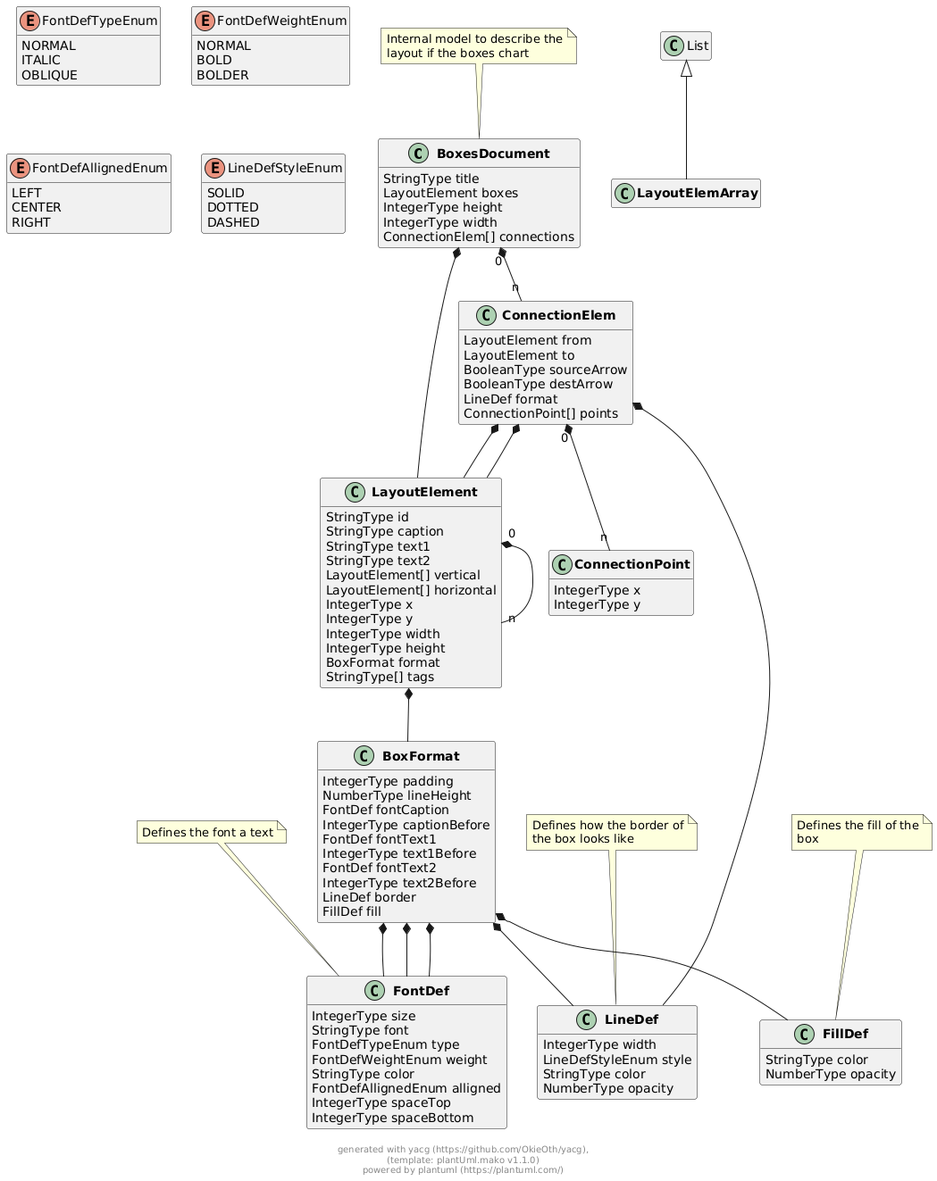
OkieOth/draw.chart.things keeps this PlantUML diagram as docs/models/png/boxes_document.png. Above is the earlier version. Source of this version:
```plantuml
@startuml
hide empty methods
hide empty fields


class "**BoxesDocument**" as BoxesDocument {
        StringType title
        LayoutElement boxes
        IntegerType height
        IntegerType width
        ConnectionElem[] connections
}
note top: Internal model to describe the\nlayout if the boxes chart



class "**LayoutElement**" as LayoutElement {
        StringType id
        StringType caption
        StringType text1
        StringType text2
        LayoutElement[] vertical
        LayoutElement[] horizontal
        IntegerType x
        IntegerType y
        IntegerType width
        IntegerType height
        BoxFormat format
        StringType[] tags
}



class "**ConnectionElem**" as ConnectionElem {
        LayoutElement from
        LayoutElement to
        BooleanType sourceArrow
        BooleanType destArrow
        LineDef format
        ConnectionPoint[] points
}



class "**LayoutElemArray**" as LayoutElemArray extends List {
}

class "**BoxFormat**" as BoxFormat {
        IntegerType padding
        NumberType lineHeight
        FontDef fontCaption
        IntegerType captionBefore
        FontDef fontText1
        IntegerType text1Before
        FontDef fontText2
        IntegerType text2Before
        LineDef border
        FillDef fill
}



class "**ConnectionPoint**" as ConnectionPoint {
        IntegerType x
        IntegerType y
}



class "**FontDef**" as FontDef {
        IntegerType size
        StringType font
        FontDefTypeEnum type
        FontDefWeightEnum weight
        StringType color
        FontDefAllignedEnum alligned
        IntegerType spaceTop
        IntegerType spaceBottom
}
note top: Defines the font a text



enum "FontDefTypeEnum" as FontDefTypeEnum {
    NORMAL
    ITALIC
    OBLIQUE
}

enum "FontDefWeightEnum" as FontDefWeightEnum {
    NORMAL
    BOLD
    BOLDER
}

enum "FontDefAllignedEnum" as FontDefAllignedEnum {
    LEFT
    CENTER
    RIGHT
}

class "**LineDef**" as LineDef {
        IntegerType width
        LineDefStyleEnum style
        StringType color
        NumberType opacity
}
note top: Defines how the border of\nthe box looks like



enum "LineDefStyleEnum" as LineDefStyleEnum {
    SOLID
    DOTTED
    DASHED
}

class "**FillDef**" as FillDef {
        StringType color
        NumberType opacity
}
note top: Defines the fill of the\nbox






BoxesDocument  *--  LayoutElement



BoxesDocument "0" *-- "n" ConnectionElem






LayoutElement "0" *-- "n" LayoutElement






LayoutElement  *--  BoxFormat



ConnectionElem  *--  LayoutElement

ConnectionElem  *--  LayoutElement



ConnectionElem  *--  LineDef

ConnectionElem "0" *-- "n" ConnectionPoint





BoxFormat  *--  FontDef


BoxFormat  *--  FontDef


BoxFormat  *--  FontDef


BoxFormat  *--  LineDef

BoxFormat  *--  FillDef


























footer \ngenerated with yacg (https://github.com/OkieOth/yacg),\n(template: plantUml.mako v1.1.0)\npowered by plantuml (https://plantuml.com/)
@enduml
```
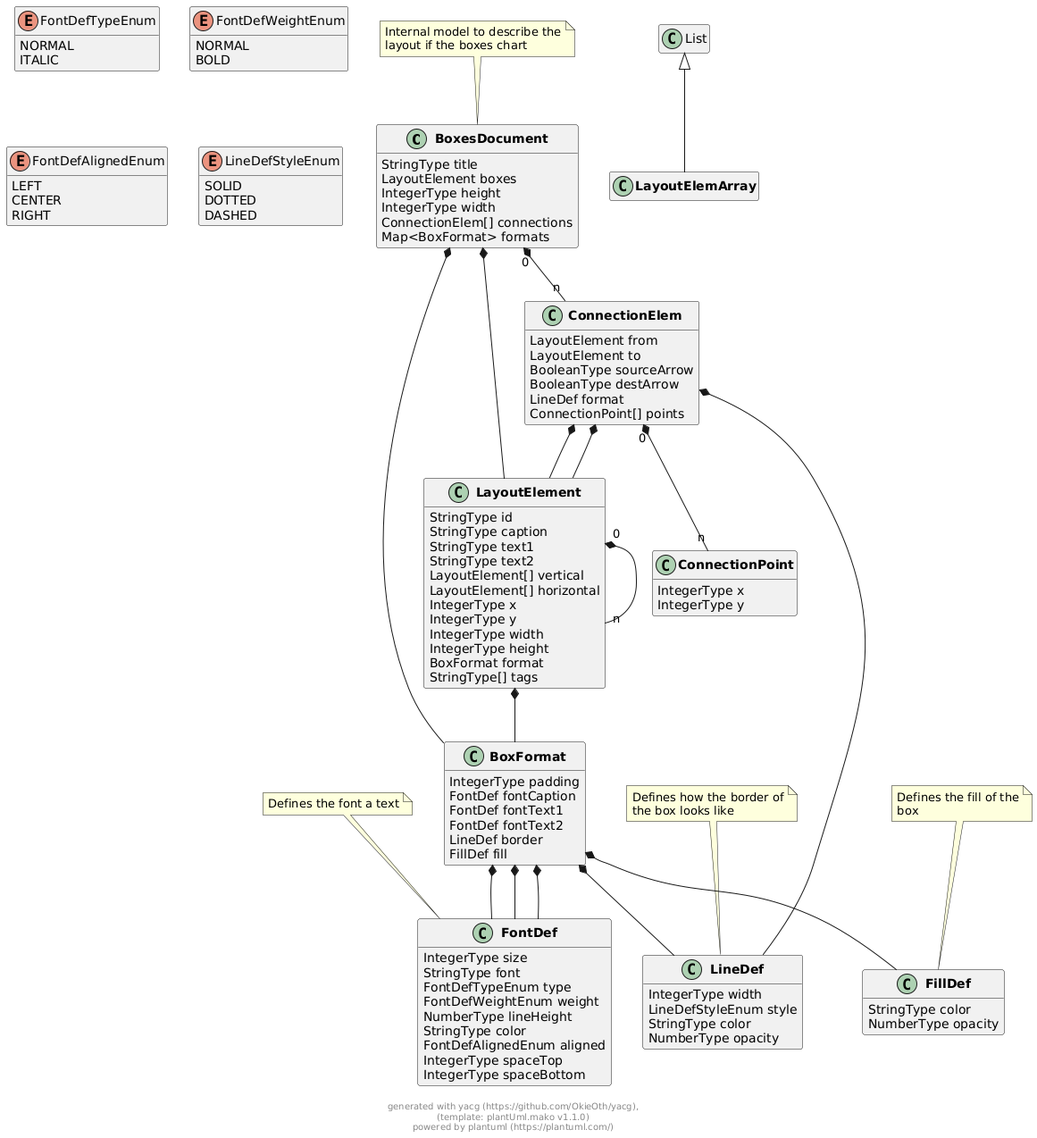
After the commit.

Diff of the diagram source:
```diff
@@ -9,6 +9,7 @@
         IntegerType height
         IntegerType width
         ConnectionElem[] connections
+        Map<BoxFormat> formats
 }
 note top: Internal model to describe the\nlayout if the boxes chart
 
@@ -42,23 +43,20 @@
 
 
 
-class "**LayoutElemArray**" as LayoutElemArray extends List {
-}
 
 class "**BoxFormat**" as BoxFormat {
         IntegerType padding
-        NumberType lineHeight
         FontDef fontCaption
-        IntegerType captionBefore
         FontDef fontText1
-        IntegerType text1Before
         FontDef fontText2
-        IntegerType text2Before
         LineDef border
         FillDef fill
 }
 
 
+
+class "**LayoutElemArray**" as LayoutElemArray extends List {
+}
 
 class "**ConnectionPoint**" as ConnectionPoint {
         IntegerType x
@@ -72,8 +70,9 @@
         StringType font
         FontDefTypeEnum type
         FontDefWeightEnum weight
+        NumberType lineHeight
         StringType color
-        FontDefAllignedEnum alligned
+        FontDefAlignedEnum aligned
         IntegerType spaceTop
         IntegerType spaceBottom
 }
@@ -84,16 +83,14 @@
 enum "FontDefTypeEnum" as FontDefTypeEnum {
     NORMAL
     ITALIC
-    OBLIQUE
 }
 
 enum "FontDefWeightEnum" as FontDefWeightEnum {
     NORMAL
     BOLD
-    BOLDER
 }
 
-enum "FontDefAllignedEnum" as FontDefAllignedEnum {
+enum "FontDefAlignedEnum" as FontDefAlignedEnum {
     LEFT
     CENTER
     RIGHT
@@ -132,6 +129,8 @@
 
 BoxesDocument "0" *-- "n" ConnectionElem
 
+BoxesDocument  *--  BoxFormat
+
 
 
 
@@ -161,15 +160,11 @@
 
 
 
+BoxFormat  *--  FontDef
 
 BoxFormat  *--  FontDef
 
-
 BoxFormat  *--  FontDef
-
-
-BoxFormat  *--  FontDef
-
 
 BoxFormat  *--  LineDef
 
@@ -200,5 +195,7 @@
 
 
 
+
+
 footer \ngenerated with yacg (https://github.com/OkieOth/yacg),\n(template: plantUml.mako v1.1.0)\npowered by plantuml (https://plantuml.com/)
 @enduml
```
